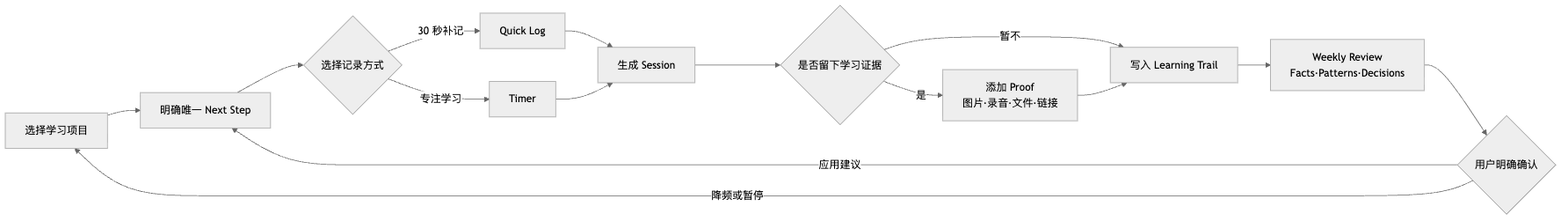
Panhe-C/self-study-studio keeps this Mermaid diagram as diagrams/product-learning-loop.png. Above is the earlier version. Its source is kept beside it as diagrams/product-learning-loop.mmd. The source it was exported from:
```mermaid
flowchart LR
  P[选择学习项目] --> N[明确唯一 Next Step]
  N --> C{选择记录方式}
  C -->|30 秒补记| Q[Quick Log]
  C -->|专注学习| T[Timer]
  Q --> S[生成 Session]
  T --> S
  S --> E{是否留下学习证据}
  E -->|是| F[添加 Proof<br/>图片·录音·文件·链接]
  E -->|暂不| L[写入 Learning Trail]
  F --> L
  L --> R[Weekly Review<br/>Facts·Patterns·Decisions]
  R --> A{用户明确确认}
  A -->|应用建议| N
  A -->|降频或暂停| P
```
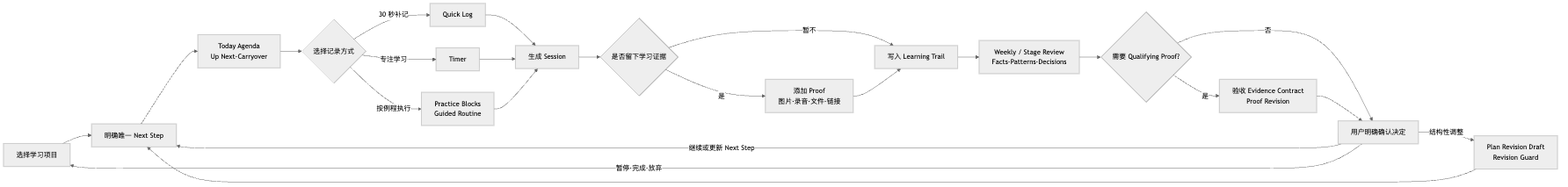
After the commit.

The edit, as a diff of the source:
```diff
@@ -1,15 +1,23 @@
 flowchart LR
   P[选择学习项目] --> N[明确唯一 Next Step]
-  N --> C{选择记录方式}
+  N --> A[Today Agenda<br/>Up Next·Carryover]
+  A --> C{选择记录方式}
   C -->|30 秒补记| Q[Quick Log]
   C -->|专注学习| T[Timer]
+  C -->|按例程执行| R0[Practice Blocks<br/>Guided Routine]
   Q --> S[生成 Session]
   T --> S
+  R0 --> S
   S --> E{是否留下学习证据}
   E -->|是| F[添加 Proof<br/>图片·录音·文件·链接]
   E -->|暂不| L[写入 Learning Trail]
   F --> L
-  L --> R[Weekly Review<br/>Facts·Patterns·Decisions]
-  R --> A{用户明确确认}
-  A -->|应用建议| N
-  A -->|降频或暂停| P
+  L --> R[Weekly / Stage Review<br/>Facts·Patterns·Decisions]
+  R --> QF{需要 Qualifying Proof?}
+  QF -->|是| QA[验收 Evidence Contract<br/>Proof Revision]
+  QF -->|否| D[用户明确确认决定]
+  QA --> D
+  D -->|继续或更新 Next Step| N
+  D -->|结构性调整| PR[Plan Revision Draft<br/>Revision Guard]
+  PR --> N
+  D -->|暂停·完成·放弃| P
```
